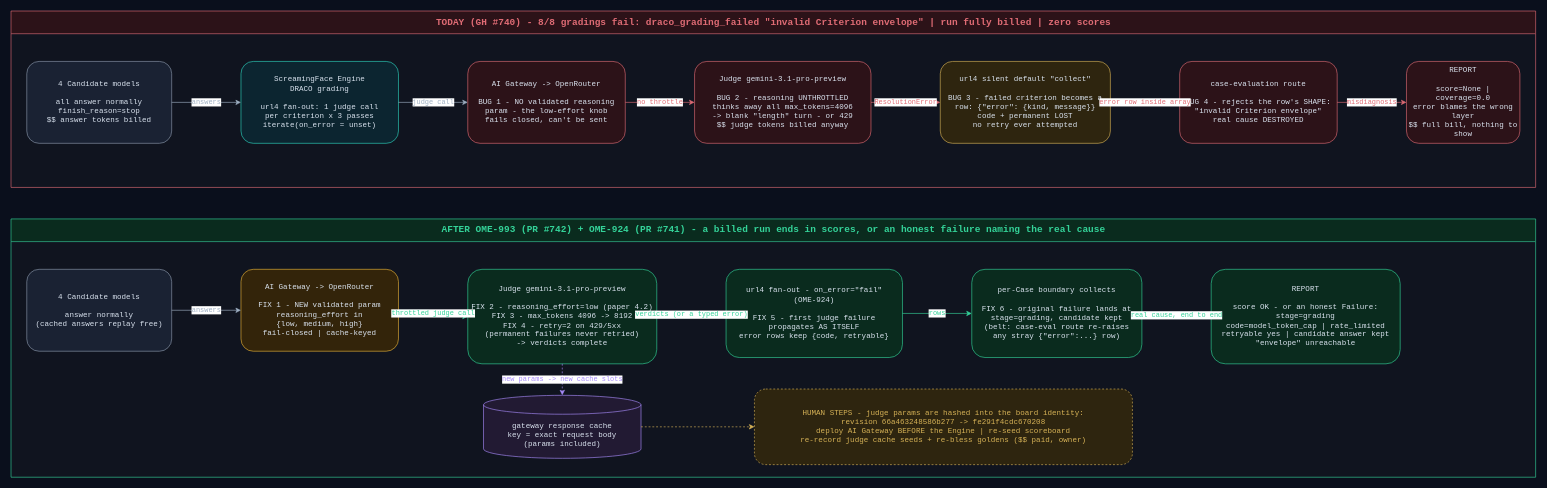
Before: docs/diagrams/ome993-grading-envelope-failure.drawio in ScreamingFace/screamingface, a draw.io diagram. Source tidied: cells renumbered, new cells numbered last; positions are measured from the earlier drawing's top-left corner, leaving out a move shared by most shapes. Both pictures are drawn from the tidied source at 63%, with x=0, y=0 at pixel (11, 11).
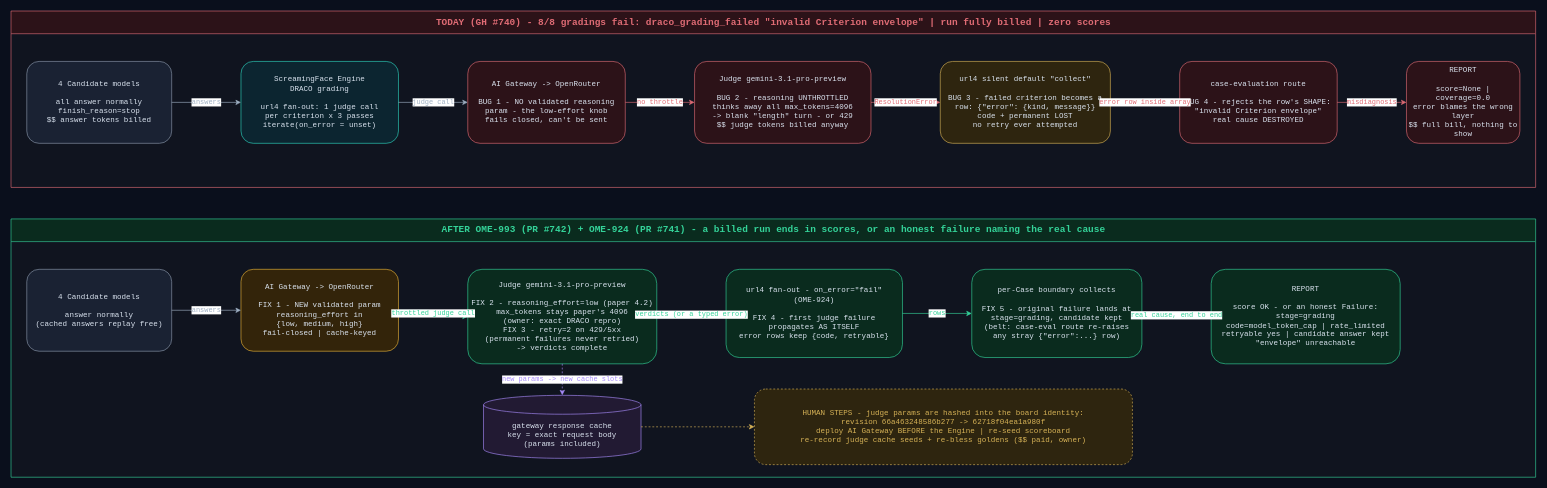
Above is the later version.

Commit message (it also covers changes not shown here):
judge max tokens 4096 for DRACO

Unchanged cells that the change refers to:
```xml
<mxCell id="16" value="AFTER OME-993 (PR #742) + OME-924 (PR #741) - a billed run ends in scores, or an honest failure naming the real cause" style="swimlane;startSize=36;horizontal=1;fillColor=#0a2b1e;strokeColor=#34d399;fontColor=#34d399;fontFamily=Courier New;fontSize=15;fontStyle=1;html=1;swimlaneFillColor=#10141f;" parent="1" vertex="1">
  <mxGeometry y="330" width="2420" height="410" as="geometry" />
</mxCell>
```

The edit, as a diff of the source:
```diff
@@
-    <mxCell id="19" value="Judge gemini-3.1-pro-preview&#10;&#10;FIX 2 -  reasoning_effort=low (paper 4.2)&#10;FIX 3 -  max_tokens 4096 -&gt; 8192&#10;FIX 4 -  retry=2 on 429/5xx&#10;(permanent failures never retried)&#10;-&gt; verdicts complete" style="rounded=1;whiteSpace=wrap;html=1;fillColor=#0a2b1e;strokeColor=#34d399;fontColor=#dbe4f0;fontFamily=Courier New;fontSize=12;" parent="16" vertex="1">
+    <mxCell id="19" value="Judge gemini-3.1-pro-preview&#10;&#10;FIX 2 -  reasoning_effort=low (paper 4.2)&#10;max_tokens stays paper's 4096&#10;(owner: exact DRACO repro)&#10;FIX 3 -  retry=2 on 429/5xx&#10;(permanent failures never retried)&#10;-&gt; verdicts complete" style="rounded=1;whiteSpace=wrap;html=1;fillColor=#0a2b1e;strokeColor=#34d399;fontColor=#dbe4f0;fontFamily=Courier New;fontSize=12;" parent="16" vertex="1">
       <mxGeometry x="725" y="80" width="300" height="150" as="geometry" />
     </mxCell>
-    <mxCell id="20" value="url4 fan-out - on_error=&quot;fail&quot;&#10;(OME-924)&#10;&#10;FIX 5 -  first judge failure&#10;propagates AS ITSELF&#10;error rows keep {code, retryable}" style="rounded=1;whiteSpace=wrap;html=1;fillColor=#0a2b1e;strokeColor=#34d399;fontColor=#dbe4f0;fontFamily=Courier New;fontSize=12;" parent="16" vertex="1">
+    <mxCell id="20" value="url4 fan-out - on_error=&quot;fail&quot;&#10;(OME-924)&#10;&#10;FIX 4 -  first judge failure&#10;propagates AS ITSELF&#10;error rows keep {code, retryable}" style="rounded=1;whiteSpace=wrap;html=1;fillColor=#0a2b1e;strokeColor=#34d399;fontColor=#dbe4f0;fontFamily=Courier New;fontSize=12;" parent="16" vertex="1">
       <mxGeometry x="1135" y="80" width="280" height="140" as="geometry" />
     </mxCell>
-    <mxCell id="21" value="per-Case boundary collects&#10;&#10;FIX 6 -  original failure lands at&#10;stage=grading, candidate kept&#10;(belt: case-eval route re-raises&#10;any stray {&quot;error&quot;:...} row)" style="rounded=1;whiteSpace=wrap;html=1;fillColor=#0a2b1e;strokeColor=#34d399;fontColor=#dbe4f0;fontFamily=Courier New;fontSize=12;" parent="16" vertex="1">
+    <mxCell id="21" value="per-Case boundary collects&#10;&#10;FIX 5 -  original failure lands at&#10;stage=grading, candidate kept&#10;(belt: case-eval route re-raises&#10;any stray {&quot;error&quot;:...} row)" style="rounded=1;whiteSpace=wrap;html=1;fillColor=#0a2b1e;strokeColor=#34d399;fontColor=#dbe4f0;fontFamily=Courier New;fontSize=12;" parent="16" vertex="1">
       <mxGeometry x="1525" y="80" width="270" height="140" as="geometry" />
     </mxCell>
@@
-    <mxCell id="24" value="HUMAN STEPS - judge params are hashed into the board identity:&#10;revision 66a463248586b277 -&gt; fe291f4cdc670208&#10;deploy AI Gateway BEFORE the Engine | re-seed scoreboard&#10;re-record judge cache seeds + re-bless goldens ($$ paid, owner)" style="rounded=1;whiteSpace=wrap;html=1;fillColor=#2e250f;strokeColor=#d7b357;fontColor=#d7b357;fontFamily=Courier New;fontSize=12;dashed=1;" parent="16" vertex="1">
+    <mxCell id="24" value="HUMAN STEPS - judge params are hashed into the board identity:&#10;revision 66a463248586b277 -&gt; 62718f04ea1a980f&#10;deploy AI Gateway BEFORE the Engine | re-seed scoreboard&#10;re-record judge cache seeds + re-bless goldens ($$ paid, owner)" style="rounded=1;whiteSpace=wrap;html=1;fillColor=#2e250f;strokeColor=#d7b357;fontColor=#d7b357;fontFamily=Courier New;fontSize=12;dashed=1;" parent="16" vertex="1">
       <mxGeometry x="1180" y="270" width="600" height="120" as="geometry" />
     </mxCell>
```
